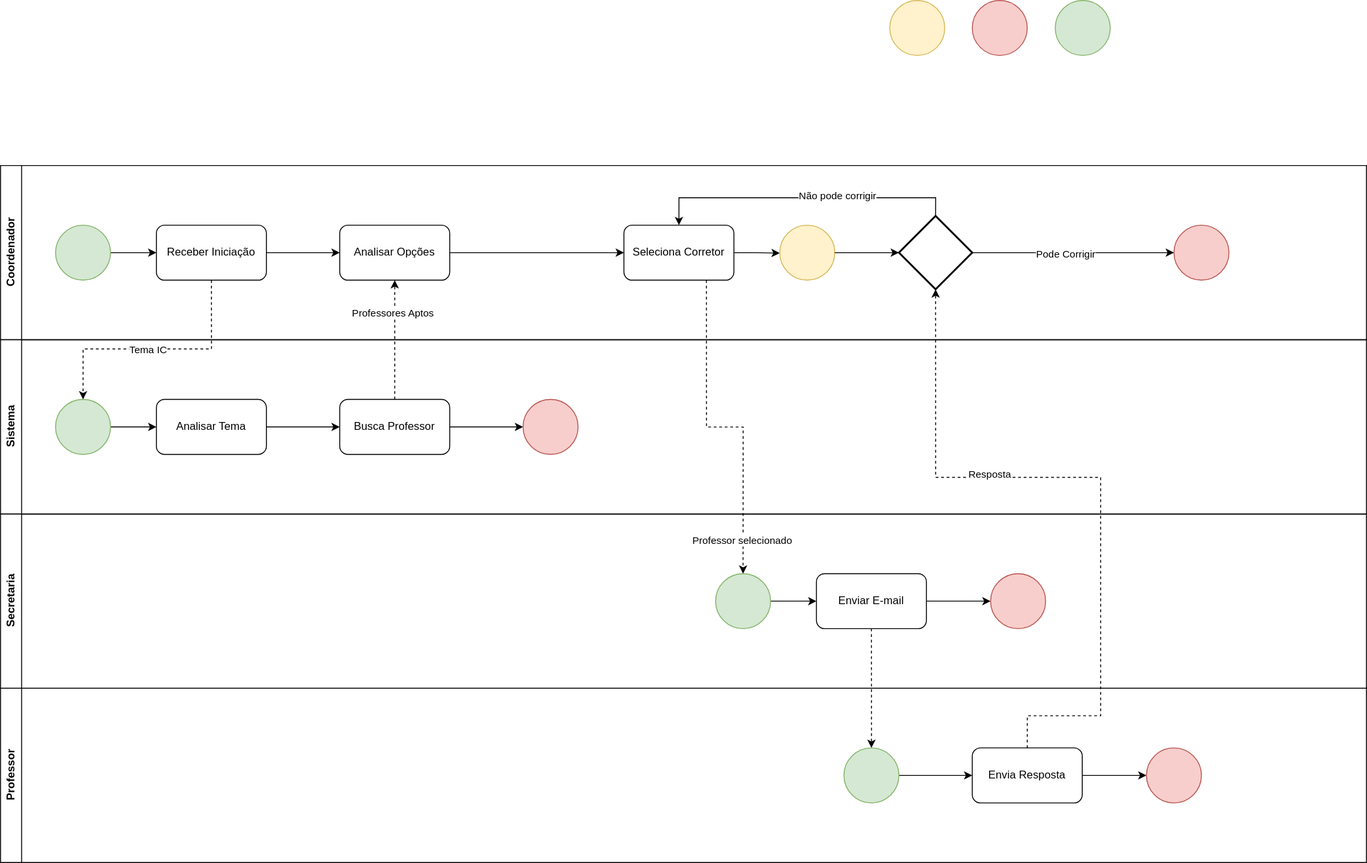
This is BuscarProfessor.drawio.svg from JesCat16/Automacao_IC_GestaoDeProjeto, a draw.io export, as it was before one commit. Source tidied: cells renumbered, new cells last; positions are measured from the earlier drawing's top-left corner, leaving out a move shared by most shapes.
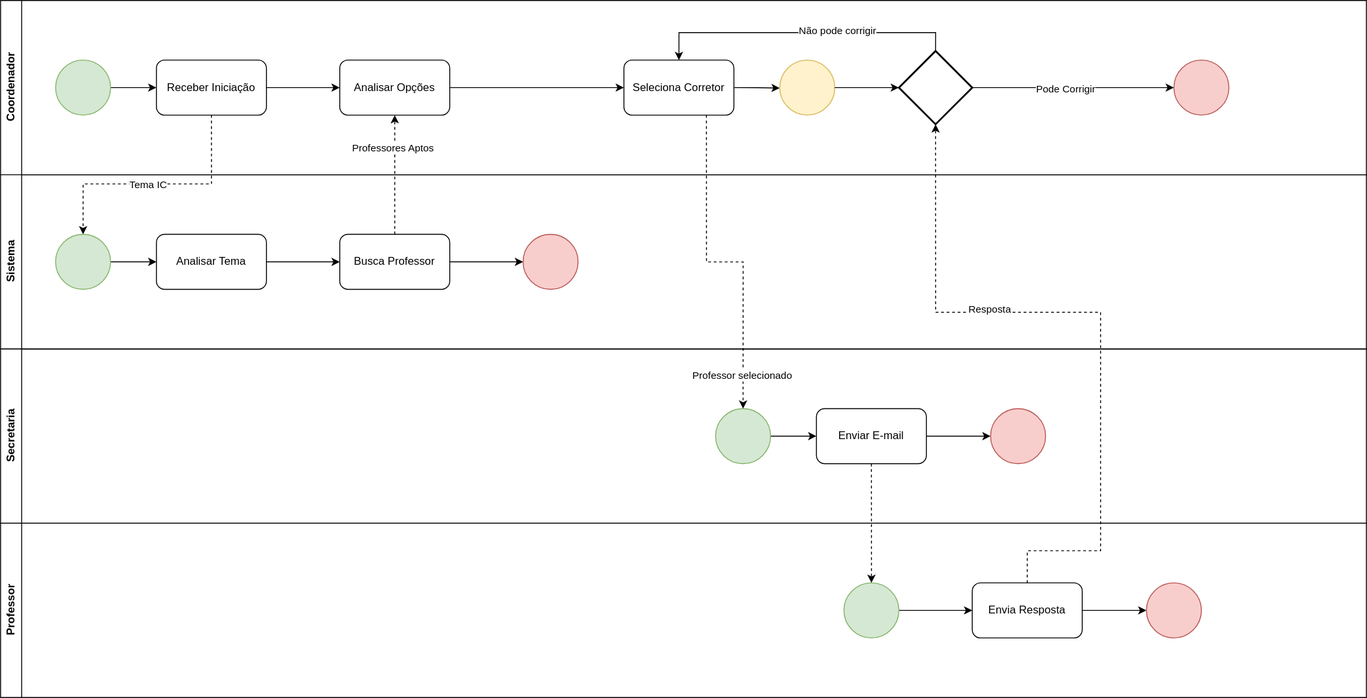
After the commit.

Change to the diagram source:
```diff
@@ -119,15 +119,6 @@
     <mxCell id="38" style="ellipse;whiteSpace=wrap;html=1;fillColor=#f8cecc;strokeColor=#b85450;" parent="33" vertex="1">
       <mxGeometry x="1250" y="65" width="60" height="60" as="geometry" />
     </mxCell>
-    <mxCell id="39" style="ellipse;whiteSpace=wrap;html=1;fillColor=#fff2cc;strokeColor=#d6b656;" parent="1" vertex="1">
-      <mxGeometry x="970" width="60" height="60" as="geometry" />
-    </mxCell>
-    <mxCell id="40" style="ellipse;whiteSpace=wrap;html=1;fillColor=#f8cecc;strokeColor=#b85450;" parent="1" vertex="1">
-      <mxGeometry x="1060" width="60" height="60" as="geometry" />
-    </mxCell>
-    <mxCell id="41" style="ellipse;whiteSpace=wrap;html=1;fillColor=#d5e8d4;strokeColor=#82b366;" parent="1" vertex="1">
-      <mxGeometry x="1150.5" width="60" height="60" as="geometry" />
-    </mxCell>
     <mxCell id="42" style="edgeStyle=orthogonalEdgeStyle;rounded=0;jettySize=auto;html=1;exitX=0.5;exitY=1;exitDx=0;exitDy=0;entryX=0.5;entryY=0;entryDx=0;entryDy=0;dashed=1;" parent="1" edge="1" source="7" target="21">
       <mxGeometry relative="1" as="geometry">
         <Array as="points">
```
